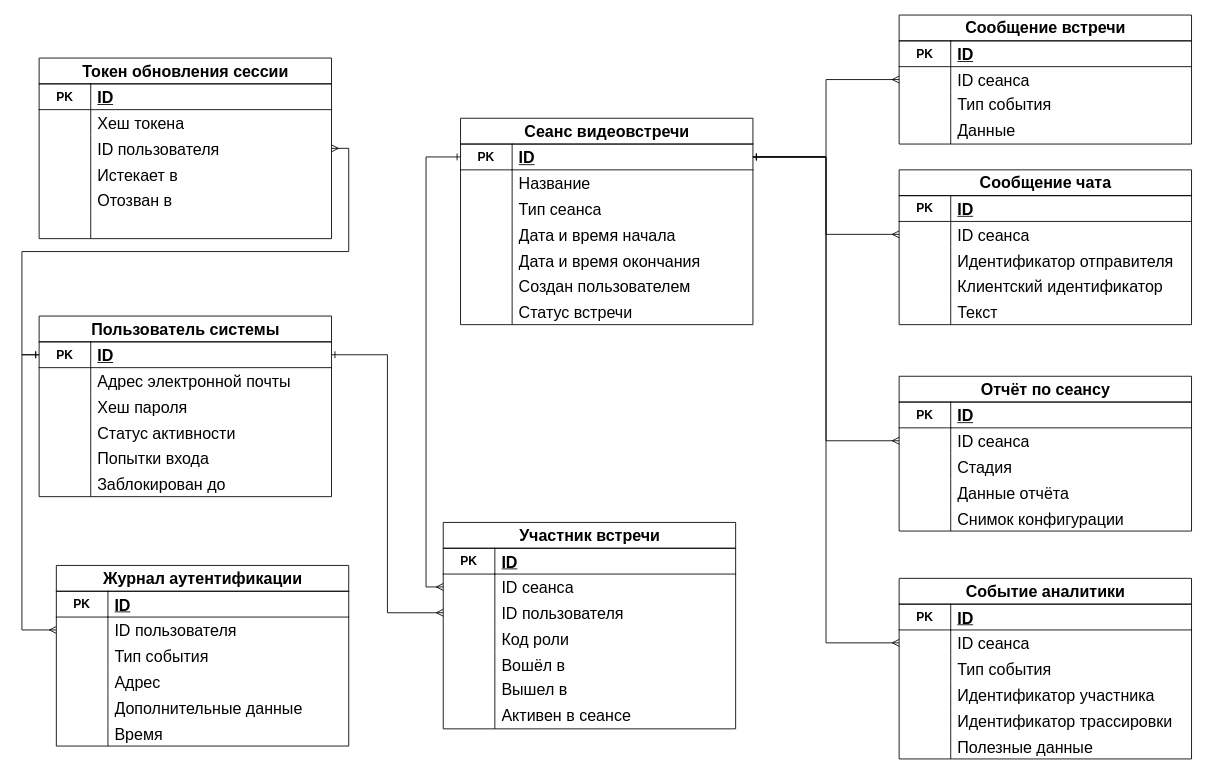
Earlier version of the draw.io diagram вкр/log/log.drawio (Hetsunya/diplom). Source tidied: cells renumbered, new cells numbered last; positions are measured from the earlier drawing's top-left corner, leaving out a move shared by most shapes. Both pictures are drawn from the tidied source at 86%, with x=0, y=0 at pixel (39, 15).
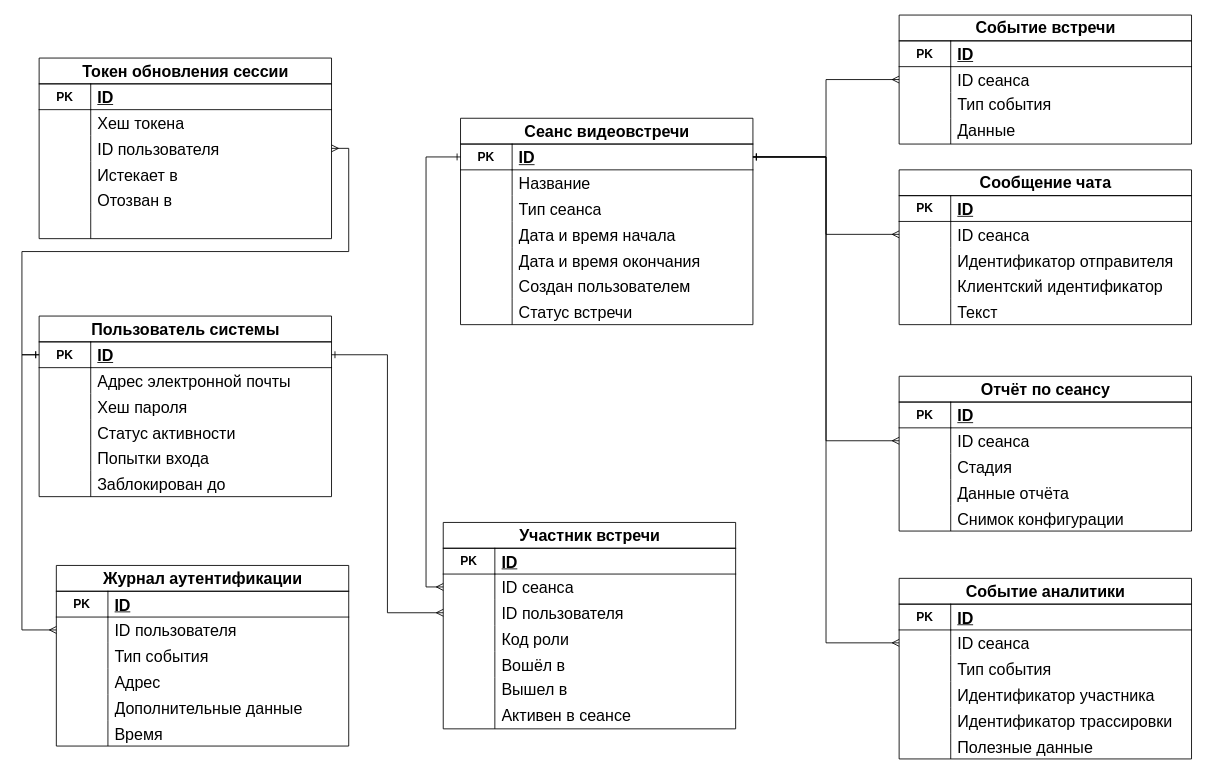
Above is the later version.

What changed in the source:
```diff
@@
-    <mxCell id="162" value="&lt;strong&gt;&lt;span style=&quot;font-size: 14pt;&quot;&gt;Сообщение встречи&lt;/span&gt;&lt;/strong&gt;" style="shape=table;startSize=30;childLayout=tableLayout;rowLines=0;fontStyle=1;align=center;verticalAlign=middle;horizontal=1;spacingTop=0;html=1;fontSize=14;fontColor=light-dark(default, #ffffff);strokeColor=light-dark(#000000,#FFFFFF);" parent="1" vertex="1">
+    <mxCell id="162" value="&lt;strong&gt;&lt;span style=&quot;font-size: 14pt;&quot;&gt;Событие встречи&lt;/span&gt;&lt;/strong&gt;" style="shape=table;startSize=30;childLayout=tableLayout;rowLines=0;fontStyle=1;align=center;verticalAlign=middle;horizontal=1;spacingTop=0;html=1;fontSize=14;fontColor=light-dark(default, #ffffff);strokeColor=light-dark(#000000,#FFFFFF);" parent="1" vertex="1">
       <mxGeometry x="1000" width="340" height="150" as="geometry" />
     </mxCell>
```
